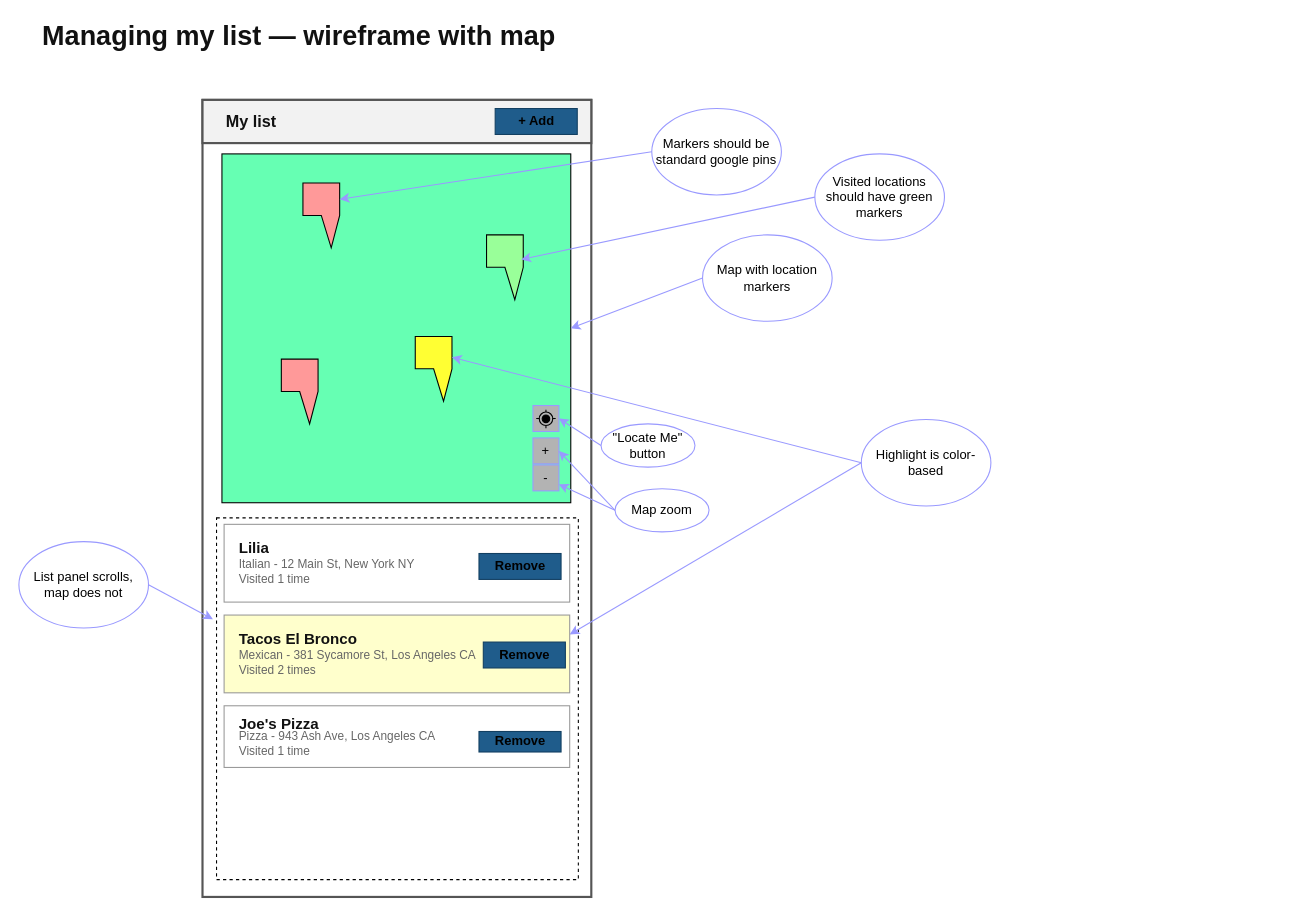
Earlier version of the draw.io diagram docs/features/0004_seeing-my-list-on-a-map/seeing-my-list-on-a-map.drawio (arches/shortlist). Source tidied: cells renumbered, new cells numbered last; positions are measured from the earlier drawing's top-left corner, leaving out a move shared by most shapes. Both pictures are drawn from the tidied source at 108%, with x=0, y=0 at pixel (18, 24).
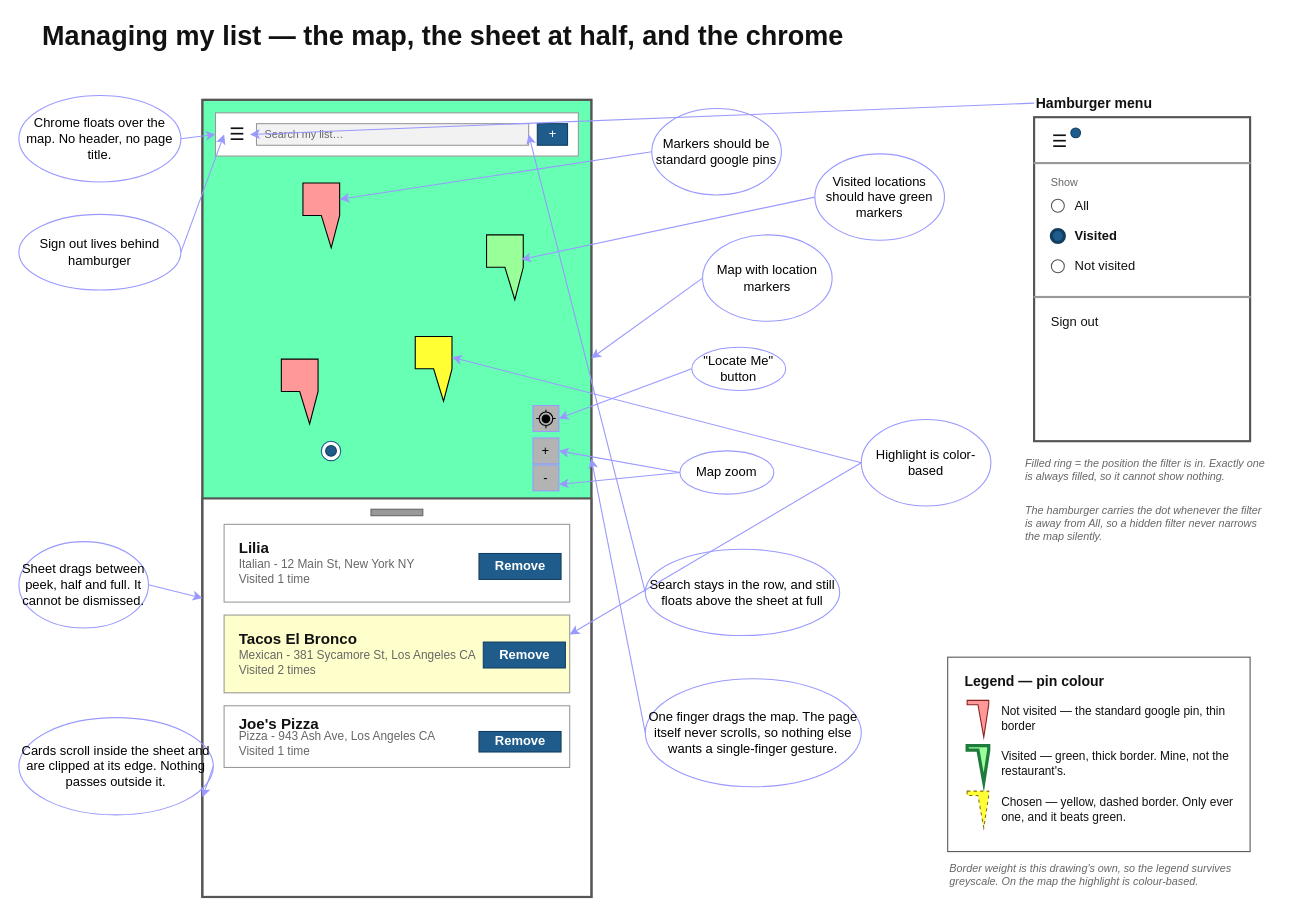
Above is the later version.

Commit message (it also covers changes not shown here):
Add sort and filter; requires some UI rework

Unchanged cells that the change refers to:
```xml
<mxCell id="7" style="group;" parent="1" vertex="1">
  <mxGeometry x="190" y="631" width="329" height="161" as="geometry" />
</mxCell>
<mxCell id="14" style="group;" parent="1" vertex="1">
  <mxGeometry x="190" y="463" width="320" height="72" as="geometry" />
</mxCell>
<mxCell id="22" value="Map with location markers" style="ellipse;whiteSpace=wrap;html=1;fontColor=#000000;fillColor=none;strokeColor=#9999FF;" parent="1" vertex="1">
  <mxGeometry x="633" y="195" width="120" height="80" as="geometry" />
</mxCell>
```

Change to the diagram source:
```diff
@@
-    <mxCell id="3" style="rounded=0;html=1;fillColor=#f2f2f2;strokeColor=#555555;strokeWidth=2;dashed=0;" parent="1" vertex="1">
-      <mxGeometry x="170" y="70" width="360" height="40" as="geometry" />
-    </mxCell>
-    <mxCell id="4" value="&lt;b&gt;+ Add&lt;/b&gt;" style="rounded=0;html=1;fillColor=#1f5c8b;strokeColor=#123f61;strokeWidth=1;dashed=0;" parent="1" vertex="1">
-      <mxGeometry x="441" y="78" width="76" height="24" as="geometry" />
-    </mxCell>
+    <mxCell id="19" style="rounded=0;html=1;fillColor=#66FFB3;strokeColor=#555555;strokeWidth=2;dashed=0;fontColor=#111111;" parent="1" vertex="1">
+      <mxGeometry x="170" y="70" width="360" height="738" as="geometry" />
+    </mxCell>
+    <mxCell id="53" style="rounded=0;html=1;fillColor=#FFFFFF;strokeColor=#555555;strokeWidth=2;dashed=0;fontColor=#111111;" parent="1" vertex="1">
+      <mxGeometry x="170" y="439" width="360" height="369" as="geometry" />
+    </mxCell>
+    <mxCell id="54" style="rounded=0;html=1;fillColor=#999999;strokeColor=#666666;strokeWidth=1;dashed=0;fontColor=#111111;" parent="1" vertex="1">
+      <mxGeometry x="326" y="449" width="48" height="6" as="geometry" />
+    </mxCell>
-    <mxCell id="5" value="Managing my list — wireframe with map" style="text;html=1;strokeColor=none;fillColor=none;align=left;verticalAlign=middle;fontSize=25;fontColor=#111111;fontStyle=1;" parent="1" vertex="1">
+    <mxCell id="5" value="Managing my list — the map, the sheet at half, and the chrome" style="text;html=1;strokeColor=none;fillColor=none;align=left;verticalAlign=middle;fontSize=25;fontColor=#111111;fontStyle=1;" parent="1" vertex="1">
       <mxGeometry x="20" width="180" height="20" as="geometry" />
     </mxCell>
-    <mxCell id="6" value="My list" style="text;html=1;strokeColor=none;fillColor=none;align=left;verticalAlign=middle;fontSize=15;fontColor=#111111;fontStyle=1;" parent="1" vertex="1">
-      <mxGeometry x="190" y="80" width="180" height="20" as="geometry" />
-    </mxCell>
@@
-    <mxCell id="11" value="&lt;b&gt;Remove&lt;/b&gt;" style="rounded=0;html=1;fillColor=#1f5c8b;strokeColor=#123f61;strokeWidth=1;dashed=0;" parent="7" vertex="1">
+    <mxCell id="11" value="&lt;b&gt;Remove&lt;/b&gt;" style="rounded=0;html=1;fillColor=#1f5c8b;strokeColor=#123f61;strokeWidth=1;dashed=0;fontColor=#FFFFFF;" parent="7" vertex="1">
       <mxGeometry x="236" y="23.8" width="76" height="19" as="geometry" />
     </mxCell>
-    <mxCell id="12" style="whiteSpace=wrap;html=1;shadow=0;strokeColor=#000000;fontColor=#000000;fillColor=none;dashed=1;" parent="7" vertex="1">
-      <mxGeometry x="-7" y="-174" width="335" height="335" as="geometry" />
-    </mxCell>
@@
-    <mxCell id="18" value="&lt;b&gt;Remove&lt;/b&gt;" style="rounded=0;html=1;fillColor=#1f5c8b;strokeColor=#123f61;strokeWidth=1;dashed=0;" parent="14" vertex="1">
+    <mxCell id="18" value="&lt;b&gt;Remove&lt;/b&gt;" style="rounded=0;html=1;fillColor=#1f5c8b;strokeColor=#123f61;strokeWidth=1;dashed=0;fontColor=#FFFFFF;" parent="14" vertex="1">
       <mxGeometry x="236" y="27" width="76" height="24" as="geometry" />
     </mxCell>
-    <mxCell id="19" style="whiteSpace=wrap;html=1;fillColor=#66FFB3;" parent="1" vertex="1">
-      <mxGeometry x="188" y="120" width="323" height="323" as="geometry" />
-    </mxCell>
@@
-    <mxCell id="21" style="edgeStyle=none;html=1;exitX=0;exitY=0.5;exitDx=0;exitDy=0;entryX=1;entryY=0.5;entryDx=0;entryDy=0;fontColor=#000000;strokeColor=#9999FF;" parent="1" edge="1" source="22" target="19">
+    <mxCell id="21" style="edgeStyle=none;html=1;exitX=0;exitY=0.5;exitDx=0;exitDy=0;fontColor=#000000;strokeColor=#9999FF;" parent="1" edge="1" source="22" target="19">
       <mxGeometry relative="1" as="geometry" />
     </mxCell>
@@
-    <mxCell id="33" value="&lt;b&gt;Remove&lt;/b&gt;" style="rounded=0;html=1;fillColor=#1f5c8b;strokeColor=#123f61;strokeWidth=1;dashed=0;" parent="1" vertex="1">
+    <mxCell id="33" value="&lt;b&gt;Remove&lt;/b&gt;" style="rounded=0;html=1;fillColor=#1f5c8b;strokeColor=#123f61;strokeWidth=1;dashed=0;fontColor=#FFFFFF;" parent="1" vertex="1">
       <mxGeometry x="430" y="572" width="76" height="24" as="geometry" />
     </mxCell>
@@
     <mxCell id="45" value="Map zoom" style="ellipse;whiteSpace=wrap;html=1;fontColor=#000000;fillColor=none;strokeColor=#9999FF;" parent="1" vertex="1">
-      <mxGeometry x="552" y="430" width="87" height="40" as="geometry" />
+      <mxGeometry x="612" y="395" width="87" height="40" as="geometry" />
     </mxCell>
@@
     <mxCell id="47" value="&quot;Locate Me&quot; button" style="ellipse;whiteSpace=wrap;html=1;fontColor=#000000;fillColor=none;strokeColor=#9999FF;" parent="1" vertex="1">
-      <mxGeometry x="539" y="370" width="87" height="40" as="geometry" />
+      <mxGeometry x="623" y="299" width="87" height="40" as="geometry" />
     </mxCell>
-    <mxCell id="48" style="edgeStyle=none;html=1;exitX=1;exitY=0.5;exitDx=0;exitDy=0;entryX=-0.01;entryY=0.28;entryDx=0;entryDy=0;entryPerimeter=0;strokeColor=#9999FF;fontColor=#000000;" parent="1" edge="1" source="49" target="12">
-      <mxGeometry relative="1" as="geometry" />
-    </mxCell>
-    <mxCell id="49" value="List panel scrolls,&lt;br&gt;map does not" style="ellipse;whiteSpace=wrap;html=1;fontColor=#000000;fillColor=none;strokeColor=#9999FF;" parent="1" vertex="1">
+    <mxCell id="49" value="Sheet drags between peek, half and full. It cannot be dismissed." style="ellipse;whiteSpace=wrap;html=1;fontColor=#000000;fillColor=none;strokeColor=#9999FF;" parent="1" vertex="1">
       <mxGeometry y="479" width="120" height="80" as="geometry" />
     </mxCell>
@@
+    <mxCell id="55" style="rounded=0;html=1;fillColor=#FFFFFF;strokeColor=#999999;strokeWidth=1;dashed=0;fontColor=#111111;" parent="1" vertex="1">
+      <mxGeometry x="182" y="82" width="336" height="40" as="geometry" />
+    </mxCell>
+    <mxCell id="56" value="☰" style="text;html=1;strokeColor=none;fillColor=none;align=left;verticalAlign=middle;align=center;fontSize=16;fontColor=#111111;" parent="1" vertex="1">
+      <mxGeometry x="190" y="92" width="24" height="20" as="geometry" />
+    </mxCell>
+    <mxCell id="57" style="rounded=0;html=1;fillColor=#F2F2F2;strokeColor=#999999;strokeWidth=1;dashed=0;fontColor=#111111;" parent="1" vertex="1">
+      <mxGeometry x="220" y="92" width="252" height="20" as="geometry" />
+    </mxCell>
+    <mxCell id="58" value="Search my list…" style="text;html=1;strokeColor=none;fillColor=none;align=left;verticalAlign=middle;fontSize=10;fontColor=#666666;" parent="1" vertex="1">
+      <mxGeometry x="226" y="92" width="200" height="20" as="geometry" />
+    </mxCell>
+    <mxCell id="59" value="+" style="rounded=0;html=1;fillColor=#1F5C8B;strokeColor=#123F61;strokeWidth=1;dashed=0;fontColor=#FFFFFF;fontSize=12;" parent="1" vertex="1">
+      <mxGeometry x="480" y="92" width="28" height="20" as="geometry" />
+    </mxCell>
+    <mxCell id="60" style="ellipse;whiteSpace=wrap;html=1;fillColor=#FFFFFF;strokeColor=#1F5C8B;strokeWidth=1;fontColor=#111111;" parent="1" vertex="1">
+      <mxGeometry x="280" y="386" width="18" height="18" as="geometry" />
+    </mxCell>
+    <mxCell id="61" style="ellipse;whiteSpace=wrap;html=1;fillColor=#1F5C8B;strokeColor=#123F61;strokeWidth=1;fontColor=#FFFFFF;" parent="1" vertex="1">
+      <mxGeometry x="284" y="390" width="10" height="10" as="geometry" />
+    </mxCell>
+    <mxCell id="62" style="edgeStyle=none;html=1;strokeColor=#9999FF;fontColor=#000000;exitX=1;exitY=0.5;exitDx=0;exitDy=0;entryX=0;entryY=0.25;entryDx=0;entryDy=0;" parent="1" edge="1" source="49" target="53">
+      <mxGeometry relative="1" as="geometry" />
+    </mxCell>
+    <mxCell id="63" value="Chrome floats over the map. No header, no page title." style="ellipse;whiteSpace=wrap;html=1;fontColor=#000000;fillColor=none;strokeColor=#9999FF;" parent="1" vertex="1">
+      <mxGeometry y="66" width="150" height="80" as="geometry" />
+    </mxCell>
+    <mxCell id="64" style="edgeStyle=none;html=1;strokeColor=#9999FF;fontColor=#000000;exitX=1;exitY=0.5;exitDx=0;exitDy=0;entryX=0;entryY=0.5;entryDx=0;entryDy=0;" parent="1" edge="1" source="63" target="55">
+      <mxGeometry relative="1" as="geometry" />
+    </mxCell>
+    <mxCell id="65" value="Sign out lives behind hamburger" style="ellipse;whiteSpace=wrap;html=1;fontColor=#000000;fillColor=none;strokeColor=#9999FF;" parent="1" vertex="1">
+      <mxGeometry y="176" width="150" height="70" as="geometry" />
+    </mxCell>
+    <mxCell id="66" style="edgeStyle=none;html=1;strokeColor=#9999FF;fontColor=#000000;exitX=1;exitY=0.5;exitDx=0;exitDy=0;entryX=0;entryY=0.5;entryDx=0;entryDy=0;" parent="1" edge="1" source="65" target="56">
+      <mxGeometry relative="1" as="geometry" />
+    </mxCell>
+    <mxCell id="67" value="Cards scroll inside the sheet and are clipped at its edge. Nothing passes outside it." style="ellipse;whiteSpace=wrap;html=1;fontColor=#000000;fillColor=none;strokeColor=#9999FF;" parent="1" vertex="1">
+      <mxGeometry y="642" width="180" height="90" as="geometry" />
+    </mxCell>
+    <mxCell id="68" style="edgeStyle=none;html=1;strokeColor=#9999FF;fontColor=#000000;exitX=1;exitY=0.5;exitDx=0;exitDy=0;entryX=0;entryY=0.75;entryDx=0;entryDy=0;" parent="1" edge="1" source="67" target="53">
+      <mxGeometry relative="1" as="geometry" />
+    </mxCell>
+    <mxCell id="69" value="Hamburger menu" style="text;html=1;whiteSpace=wrap;strokeColor=none;fillColor=none;align=left;verticalAlign=middle;fontSize=13;fontColor=#111111;fontStyle=1;" parent="1" vertex="1">
+      <mxGeometry x="940" y="64" width="200" height="18" as="geometry" />
+    </mxCell>
+    <mxCell id="70" style="rounded=0;html=1;dashed=0;fillColor=#FFFFFF;strokeColor=#555555;strokeWidth=2;fontColor=#111111;" parent="1" vertex="1">
+      <mxGeometry x="940" y="86" width="200" height="300" as="geometry" />
+    </mxCell>
+    <mxCell id="71" value="☰" style="text;html=1;whiteSpace=wrap;strokeColor=none;fillColor=none;align=left;verticalAlign=middle;align=center;fontSize=16;fontColor=#111111;" parent="1" vertex="1">
+      <mxGeometry x="952" y="98" width="24" height="20" as="geometry" />
+    </mxCell>
+    <mxCell id="72" style="ellipse;whiteSpace=wrap;html=1;fillColor=#1F5C8B;strokeColor=#123F61;strokeWidth=1;fontColor=#FFFFFF;" parent="1" vertex="1">
+      <mxGeometry x="974" y="96" width="9" height="9" as="geometry" />
+    </mxCell>
+    <mxCell id="73" style="rounded=0;html=1;dashed=0;fillColor=#999999;strokeColor=#999999;strokeWidth=1;fontColor=#111111;" parent="1" vertex="1">
+      <mxGeometry x="940" y="128" width="200" height="1" as="geometry" />
+    </mxCell>
+    <mxCell id="74" value="Show" style="text;html=1;whiteSpace=wrap;strokeColor=none;fillColor=none;align=left;verticalAlign=middle;fontSize=10;fontColor=#666666;" parent="1" vertex="1">
+      <mxGeometry x="954" y="138" width="120" height="16" as="geometry" />
+    </mxCell>
+    <mxCell id="75" style="ellipse;whiteSpace=wrap;html=1;fillColor=#FFFFFF;strokeColor=#555555;strokeWidth=1;fontColor=#111111;" parent="1" vertex="1">
+      <mxGeometry x="956" y="162" width="12" height="12" as="geometry" />
+    </mxCell>
+    <mxCell id="76" value="All" style="text;html=1;whiteSpace=wrap;strokeColor=none;fillColor=none;align=left;verticalAlign=middle;fontSize=12;fontColor=#111111;" parent="1" vertex="1">
+      <mxGeometry x="976" y="160" width="140" height="16" as="geometry" />
+    </mxCell>
+    <mxCell id="77" style="ellipse;whiteSpace=wrap;html=1;fillColor=#1F5C8B;strokeColor=#123F61;strokeWidth=3;fontColor=#FFFFFF;" parent="1" vertex="1">
+      <mxGeometry x="956" y="190" width="12" height="12" as="geometry" />
+    </mxCell>
+    <mxCell id="78" value="Visited" style="text;html=1;whiteSpace=wrap;strokeColor=none;fillColor=none;align=left;verticalAlign=middle;fontSize=12;fontColor=#111111;fontStyle=1;" parent="1" vertex="1">
+      <mxGeometry x="976" y="188" width="140" height="16" as="geometry" />
+    </mxCell>
+    <mxCell id="79" style="ellipse;whiteSpace=wrap;html=1;fillColor=#FFFFFF;strokeColor=#555555;strokeWidth=1;fontColor=#111111;" parent="1" vertex="1">
+      <mxGeometry x="956" y="218" width="12" height="12" as="geometry" />
+    </mxCell>
+    <mxCell id="80" value="Not visited" style="text;html=1;whiteSpace=wrap;strokeColor=none;fillColor=none;align=left;verticalAlign=middle;fontSize=12;fontColor=#111111;" parent="1" vertex="1">
+      <mxGeometry x="976" y="216" width="140" height="16" as="geometry" />
+    </mxCell>
+    <mxCell id="81" style="rounded=0;html=1;dashed=0;fillColor=#999999;strokeColor=#999999;strokeWidth=1;fontColor=#111111;" parent="1" vertex="1">
+      <mxGeometry x="940" y="252" width="200" height="1" as="geometry" />
+    </mxCell>
+    <mxCell id="82" value="Sign out" style="text;html=1;whiteSpace=wrap;strokeColor=none;fillColor=none;align=left;verticalAlign=middle;fontSize=12;fontColor=#111111;" parent="1" vertex="1">
+      <mxGeometry x="954" y="266" width="140" height="20" as="geometry" />
+    </mxCell>
+    <mxCell id="83" value="Filled ring = the position the filter is in. Exactly one is always filled, so it cannot show nothing." style="text;html=1;whiteSpace=wrap;strokeColor=none;fillColor=none;align=left;verticalAlign=middle;verticalAlign=top;fontSize=10;fontColor=#666666;fontStyle=2;" parent="1" vertex="1">
+      <mxGeometry x="930" y="394" width="230" height="40" as="geometry" />
+    </mxCell>
+    <mxCell id="84" value="The hamburger carries the dot whenever the filter is away from All, so a hidden filter never narrows the map silently." style="text;html=1;whiteSpace=wrap;strokeColor=none;fillColor=none;align=left;verticalAlign=middle;verticalAlign=top;fontSize=10;fontColor=#666666;fontStyle=2;" parent="1" vertex="1">
+      <mxGeometry x="930" y="438" width="230" height="50" as="geometry" />
+    </mxCell>
+    <mxCell id="85" style="edgeStyle=none;html=1;strokeColor=#9999FF;fontColor=#000000;exitX=0;exitY=0.5;exitDx=0;exitDy=0;entryX=1;entryY=0.5;entryDx=0;entryDy=0;" parent="1" edge="1" source="69" target="56">
+      <mxGeometry relative="1" as="geometry" />
+    </mxCell>
+    <mxCell id="86" value="Search stays in the row, and still floats above the sheet at full" style="ellipse;whiteSpace=wrap;html=1;fontColor=#000000;fillColor=none;strokeColor=#9999FF;" parent="1" vertex="1">
+      <mxGeometry x="580" y="486" width="180" height="80" as="geometry" />
+    </mxCell>
+    <mxCell id="87" style="edgeStyle=none;html=1;strokeColor=#9999FF;fontColor=#000000;exitX=0;exitY=0.5;exitDx=0;exitDy=0;entryX=1;entryY=0.5;entryDx=0;entryDy=0;" parent="1" edge="1" source="86" target="57">
+      <mxGeometry relative="1" as="geometry" />
+    </mxCell>
+    <mxCell id="88" value="One finger drags the map. The page itself never scrolls, so nothing else wants a single-finger gesture." style="ellipse;whiteSpace=wrap;html=1;fontColor=#000000;fillColor=none;strokeColor=#9999FF;" parent="1" vertex="1">
+      <mxGeometry x="580" y="606" width="200" height="100" as="geometry" />
+    </mxCell>
+    <mxCell id="89" style="edgeStyle=none;html=1;strokeColor=#9999FF;fontColor=#000000;exitX=0;exitY=0.5;exitDx=0;exitDy=0;entryX=1;entryY=0.45;entryDx=0;entryDy=0;" parent="1" edge="1" source="88" target="19">
+      <mxGeometry relative="1" as="geometry" />
+    </mxCell>
+    <mxCell id="90" style="rounded=0;html=1;dashed=0;fillColor=#FFFFFF;strokeColor=#555555;strokeWidth=1;fontColor=#111111;" parent="1" vertex="1">
+      <mxGeometry x="860" y="586" width="280" height="180" as="geometry" />
+    </mxCell>
+    <mxCell id="91" value="Legend — pin colour" style="text;html=1;whiteSpace=wrap;strokeColor=none;fillColor=none;align=left;verticalAlign=middle;fontSize=13;fontColor=#111111;fontStyle=1;" parent="1" vertex="1">
+      <mxGeometry x="874" y="598" width="240" height="20" as="geometry" />
+    </mxCell>
+    <mxCell id="92" style="shape=callout;whiteSpace=wrap;html=1;perimeter=calloutPerimeter;position2=0.77;fontColor=#111111;fillColor=#FF9999;strokeColor=#8A1F1F;strokeWidth=1;" parent="1" vertex="1">
+      <mxGeometry x="878" y="626" width="20" height="34" as="geometry" />
+    </mxCell>
+    <mxCell id="93" value="Not visited — the standard google pin, thin border" style="text;html=1;whiteSpace=wrap;strokeColor=none;fillColor=none;align=left;verticalAlign=middle;fontSize=11;fontColor=#111111;" parent="1" vertex="1">
+      <mxGeometry x="908" y="626" width="226" height="34" as="geometry" />
+    </mxCell>
+    <mxCell id="94" style="shape=callout;whiteSpace=wrap;html=1;perimeter=calloutPerimeter;position2=0.77;fontColor=#111111;fillColor=#99FF99;strokeColor=#1F7A3D;strokeWidth=3;" parent="1" vertex="1">
+      <mxGeometry x="878" y="668" width="20" height="34" as="geometry" />
+    </mxCell>
+    <mxCell id="95" value="Visited — green, thick border. Mine, not the restaurant's." style="text;html=1;whiteSpace=wrap;strokeColor=none;fillColor=none;align=left;verticalAlign=middle;fontSize=11;fontColor=#111111;" parent="1" vertex="1">
+      <mxGeometry x="908" y="668" width="226" height="34" as="geometry" />
+    </mxCell>
+    <mxCell id="96" style="shape=callout;whiteSpace=wrap;html=1;perimeter=calloutPerimeter;position2=0.77;fontColor=#111111;fillColor=#FFFF33;strokeColor=#8A6D1F;strokeWidth=1;dashed=1;" parent="1" vertex="1">
+      <mxGeometry x="878" y="710" width="20" height="34" as="geometry" />
+    </mxCell>
+    <mxCell id="97" value="Chosen — yellow, dashed border. Only ever one, and it beats green." style="text;html=1;whiteSpace=wrap;strokeColor=none;fillColor=none;align=left;verticalAlign=middle;fontSize=11;fontColor=#111111;" parent="1" vertex="1">
+      <mxGeometry x="908" y="710" width="226" height="34" as="geometry" />
+    </mxCell>
+    <mxCell id="98" value="Border weight is this drawing's own, so the legend survives greyscale. On the map the highlight is colour-based." style="text;html=1;whiteSpace=wrap;strokeColor=none;fillColor=none;align=left;verticalAlign=middle;fontSize=10;fontColor=#666666;fontStyle=2;" parent="1" vertex="1">
+      <mxGeometry x="860" y="772" width="300" height="30" as="geometry" />
+    </mxCell>
```
